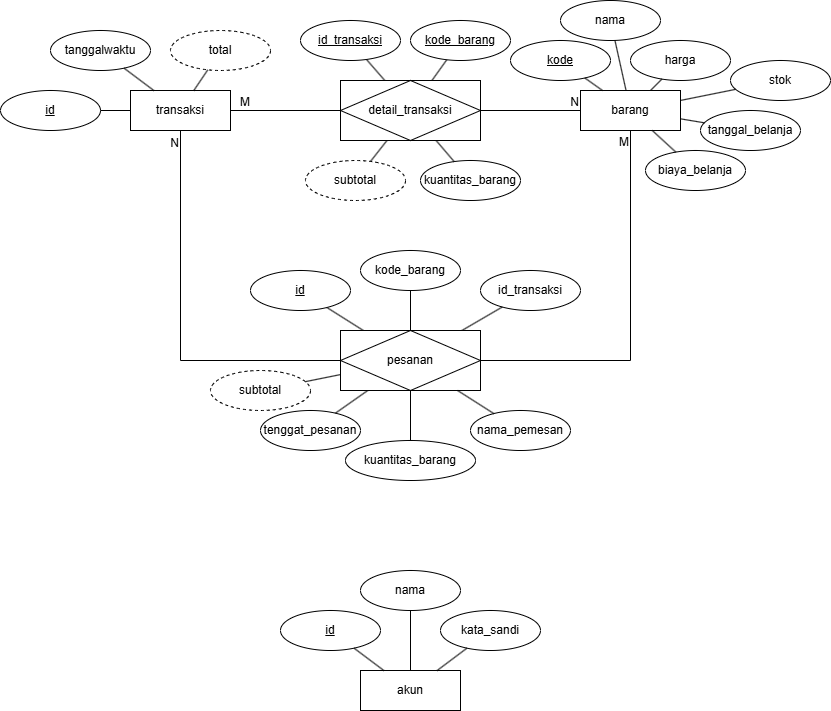
Before: src/main/resources/diagrams/db_warunq.drawio.png, a diagram exported from draw.io (James1Aurora/WarunQ). Source tidied: cells renumbered, new cells last; positions are measured from the earlier drawing's top-left corner, leaving out a move shared by most shapes.
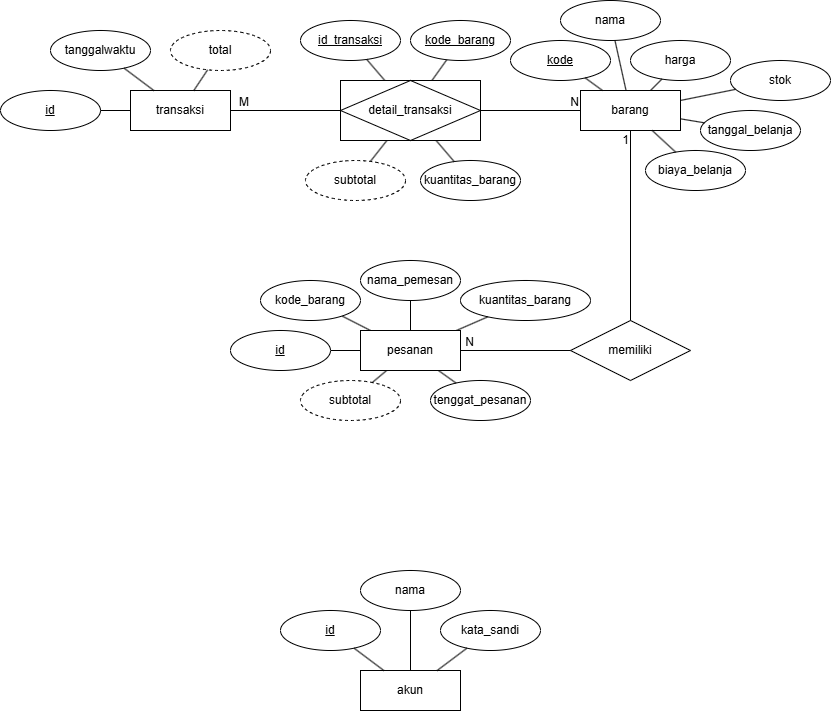
Later version of the same file.

Change to the diagram source:
```diff
@@ -122,10 +122,10 @@
       <mxGeometry relative="1" as="geometry" />
     </mxCell>
     <mxCell id="41" value="kuantitas_barang" style="ellipse;whiteSpace=wrap;html=1;align=center;" parent="1" vertex="1">
-      <mxGeometry x="345" y="440" width="130" height="40" as="geometry" />
+      <mxGeometry x="460" y="280" width="130" height="40" as="geometry" />
     </mxCell>
     <mxCell id="42" value="subtotal" style="ellipse;whiteSpace=wrap;html=1;align=center;dashed=1;" parent="1" vertex="1">
-      <mxGeometry x="210" y="370" width="100" height="40" as="geometry" />
+      <mxGeometry x="300" y="380" width="100" height="40" as="geometry" />
     </mxCell>
     <mxCell id="43" style="endArrow=none;html=1;rounded=0;" parent="1" edge="1" source="56" target="42">
       <mxGeometry relative="1" as="geometry" />
@@ -134,7 +134,7 @@
       <mxGeometry relative="1" as="geometry" />
     </mxCell>
     <mxCell id="45" value="tenggat_pesanan" style="ellipse;whiteSpace=wrap;html=1;align=center;" parent="1" vertex="1">
-      <mxGeometry x="260" y="410" width="100" height="40" as="geometry" />
+      <mxGeometry x="430" y="380" width="100" height="40" as="geometry" />
     </mxCell>
     <mxCell id="46" style="endArrow=none;html=1;rounded=0;" parent="1" edge="1" source="56" target="45">
       <mxGeometry relative="1" as="geometry" />
@@ -149,49 +149,38 @@
       <mxGeometry x="410" y="20" width="100" height="40" as="geometry" />
     </mxCell>
     <mxCell id="50" value="id" style="ellipse;whiteSpace=wrap;html=1;align=center;fontStyle=4;" parent="1" vertex="1">
-      <mxGeometry x="250" y="270" width="100" height="40" as="geometry" />
+      <mxGeometry x="230" y="330" width="100" height="40" as="geometry" />
     </mxCell>
-    <mxCell id="51" value="id_transaksi" style="ellipse;whiteSpace=wrap;html=1;align=center;" parent="1" vertex="1">
-      <mxGeometry x="480" y="270" width="100" height="40" as="geometry" />
-    </mxCell>
-    <mxCell id="52" style="endArrow=none;html=1;rounded=0;" parent="1" edge="1" source="51" target="56">
-      <mxGeometry relative="1" as="geometry" />
-    </mxCell>
     <mxCell id="53" value="kode_barang" style="ellipse;whiteSpace=wrap;html=1;align=center;" parent="1" vertex="1">
-      <mxGeometry x="360" y="250" width="100" height="40" as="geometry" />
+      <mxGeometry x="260" y="280" width="100" height="40" as="geometry" />
     </mxCell>
-    <mxCell id="54" style="endArrow=none;html=1;rounded=0;" parent="1" edge="1" source="56" target="3">
-      <mxGeometry relative="1" as="geometry">
-        <Array as="points">
-          <mxPoint x="630" y="360" />
-        </Array>
-      </mxGeometry>
-    </mxCell>
-    <mxCell id="55" value="M" style="html=1;whiteSpace=wrap;align=right;verticalAlign=bottom;" parent="54" vertex="1">
-      <mxGeometry x="1" relative="1" as="geometry">
-        <mxPoint y="20" as="offset" />
-      </mxGeometry>
-    </mxCell>
-    <mxCell id="56" value="pesanan" style="shape=associativeEntity;whiteSpace=wrap;html=1;align=center;" parent="1" vertex="1">
-      <mxGeometry x="340" y="330" width="140" height="60" as="geometry" />
-    </mxCell>
-    <mxCell id="57" style="endArrow=none;html=1;rounded=0;" parent="1" edge="1" source="56" target="2">
-      <mxGeometry relative="1" as="geometry">
-        <Array as="points">
-          <mxPoint x="180" y="360" />
-        </Array>
-      </mxGeometry>
-    </mxCell>
-    <mxCell id="58" value="N" style="html=1;whiteSpace=wrap;align=right;verticalAlign=bottom;" parent="57" vertex="1">
-      <mxGeometry x="1" relative="1" as="geometry">
-        <mxPoint y="20" as="offset" />
-      </mxGeometry>
-    </mxCell>
     <mxCell id="59" value="nama_pemesan" style="ellipse;whiteSpace=wrap;html=1;align=center;" parent="1" vertex="1">
-      <mxGeometry x="470" y="410" width="100" height="40" as="geometry" />
+      <mxGeometry x="360" y="260" width="100" height="40" as="geometry" />
     </mxCell>
     <mxCell id="60" style="endArrow=none;html=1;rounded=0;" parent="1" edge="1" source="56" target="59">
       <mxGeometry relative="1" as="geometry" />
     </mxCell>
+    <mxCell id="56" value="pesanan" style="whiteSpace=wrap;html=1;align=center;" parent="1" vertex="1">
+      <mxGeometry x="360" y="330" width="100" height="40" as="geometry" />
+    </mxCell>
+    <mxCell id="61" value="memiliki" style="shape=rhombus;perimeter=rhombusPerimeter;whiteSpace=wrap;html=1;align=center;" parent="1" vertex="1">
+      <mxGeometry x="570" y="320" width="120" height="60" as="geometry" />
+    </mxCell>
+    <mxCell id="62" style="endArrow=none;html=1;rounded=0;" parent="1" edge="1" source="61" target="3">
+      <mxGeometry relative="1" as="geometry" />
+    </mxCell>
+    <mxCell id="63" value="1" style="html=1;whiteSpace=wrap;align=right;verticalAlign=bottom;" parent="62" vertex="1">
+      <mxGeometry x="1" relative="1" as="geometry">
+        <mxPoint y="19" as="offset" />
+      </mxGeometry>
+    </mxCell>
+    <mxCell id="64" style="endArrow=none;html=1;rounded=0;" parent="1" edge="1" source="61" target="56">
+      <mxGeometry relative="1" as="geometry" />
+    </mxCell>
+    <mxCell id="58" value="N" style="html=1;whiteSpace=wrap;align=right;verticalAlign=bottom;" parent="64" vertex="1">
+      <mxGeometry x="1" relative="1" as="geometry">
+        <mxPoint x="16" as="offset" />
+      </mxGeometry>
+    </mxCell>
   </root>
 </mxGraphModel>
```
